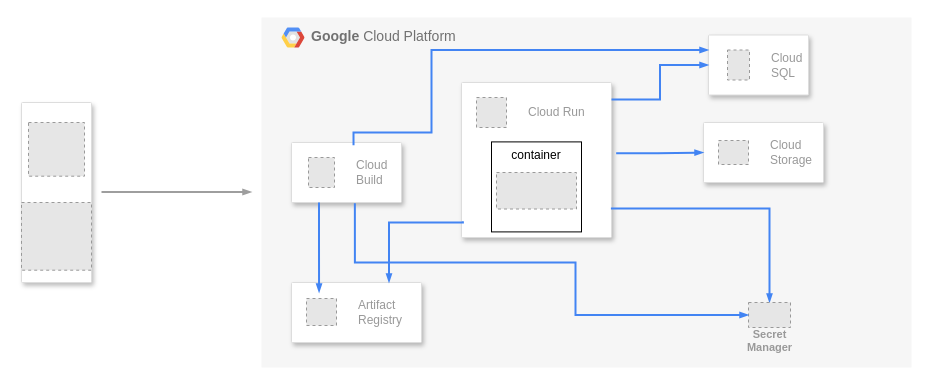
Above: 名称未設定ファイル.drawio in kechigon/PungPals (draw.io), before the change. Source tidied: cells renumbered, new cells numbered last; positions are measured from the earlier drawing's top-left corner, leaving out a move shared by most shapes. Both pictures are drawn from the tidied source at 100%, with x=0, y=0 at pixel (21, 17). Pictures stored in the file or linked from it are replaced by grey dashed boxes.
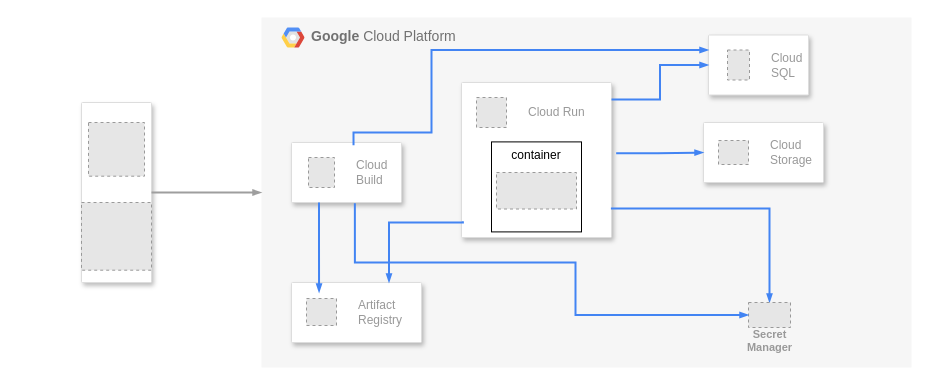
After the change.

Commit message:
PungPals_Infra.drawio を更新します

Unchanged cells that the change refers to:
```xml
<mxCell id="2" value="&lt;b&gt;Google &lt;/b&gt;Cloud Platform" style="fillColor=#F6F6F6;strokeColor=none;shadow=0;gradientColor=none;fontSize=14;align=left;spacing=10;fontColor=#717171;9E9E9E;verticalAlign=top;spacingTop=-4;fontStyle=0;spacingLeft=40;html=1;whiteSpace=wrap;" parent="1" vertex="1">
  <mxGeometry x="240" width="650" height="350" as="geometry" />
</mxCell>
```

Diff of the diagram source:
```diff
@@
     <mxCell id="24" style="strokeColor=#dddddd;shadow=1;strokeWidth=1;rounded=1;absoluteArcSize=1;arcSize=2;labelPosition=center;verticalLabelPosition=middle;align=center;verticalAlign=bottom;spacingLeft=0;fontColor=#999999;fontSize=12;whiteSpace=wrap;spacingBottom=2;html=1;" parent="1" vertex="1">
-      <mxGeometry y="85" width="70" height="180" as="geometry" />
+      <mxGeometry x="60" y="85" width="70" height="180" as="geometry" />
     </mxCell>
@@
-    <mxCell id="27" style="edgeStyle=orthogonalEdgeStyle;fontSize=12;html=1;endArrow=blockThin;endFill=1;rounded=0;strokeWidth=2;endSize=4;startSize=4;dashed=0;strokeColor=#9E9E9E;exitX=0;exitY=1;exitDx=0;exitDy=0;" parent="1" edge="1">
-      <mxGeometry relative="1" as="geometry">
-        <mxPoint x="80" y="174.5" as="sourcePoint" />
-        <mxPoint x="230" y="174.5" as="targetPoint" />
-        <Array as="points">
-          <mxPoint x="230" y="174.5" />
-        </Array>
-      </mxGeometry>
+    <mxCell id="27" style="edgeStyle=orthogonalEdgeStyle;fontSize=12;html=1;endArrow=blockThin;endFill=1;rounded=0;strokeWidth=2;endSize=4;startSize=4;dashed=0;strokeColor=#9E9E9E;exitX=1;exitY=0.5;exitDx=0;exitDy=0;entryX=0;entryY=0.5;entryDx=0;entryDy=0;" parent="1" edge="1" source="24" target="2">
+      <mxGeometry relative="1" as="geometry" />
     </mxCell>
```
